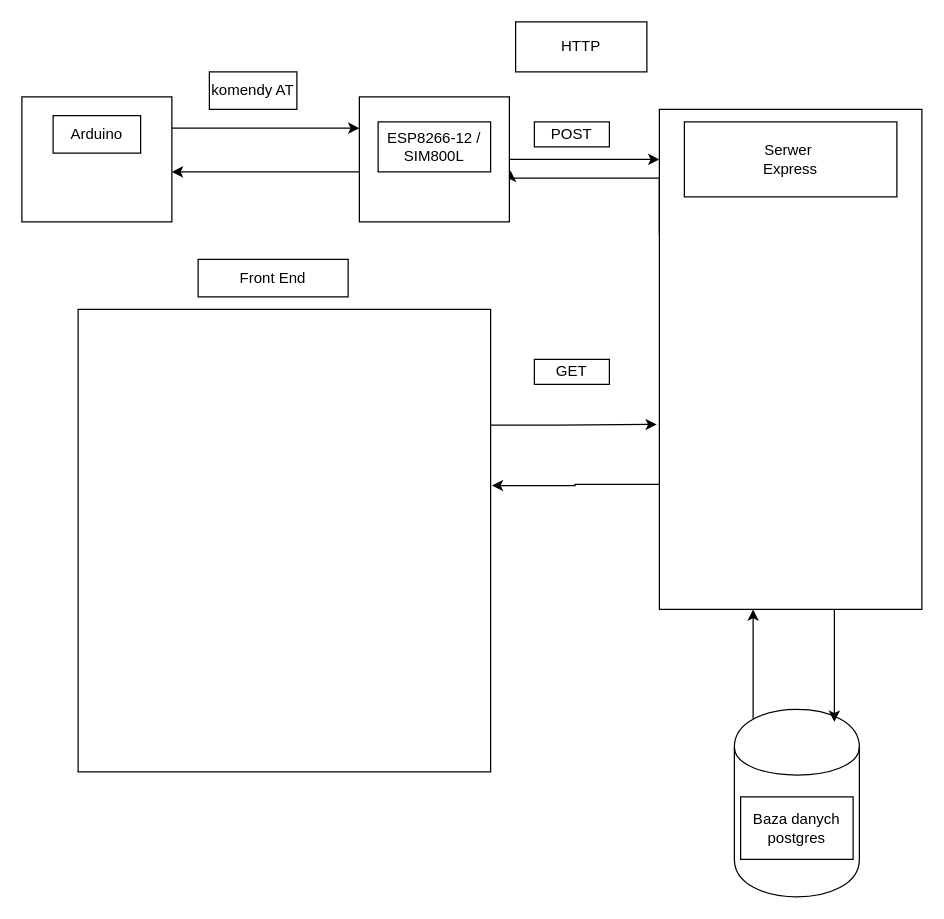
Before: diagram.drawio in miroslawwaldowski/WeatherStation, a draw.io diagram. Source tidied: cells renumbered, new cells numbered last; positions are measured from the earlier drawing's top-left corner, leaving out a move shared by most shapes. Both pictures are drawn from the tidied source at 125%, with x=0, y=0 at pixel (21, 21).
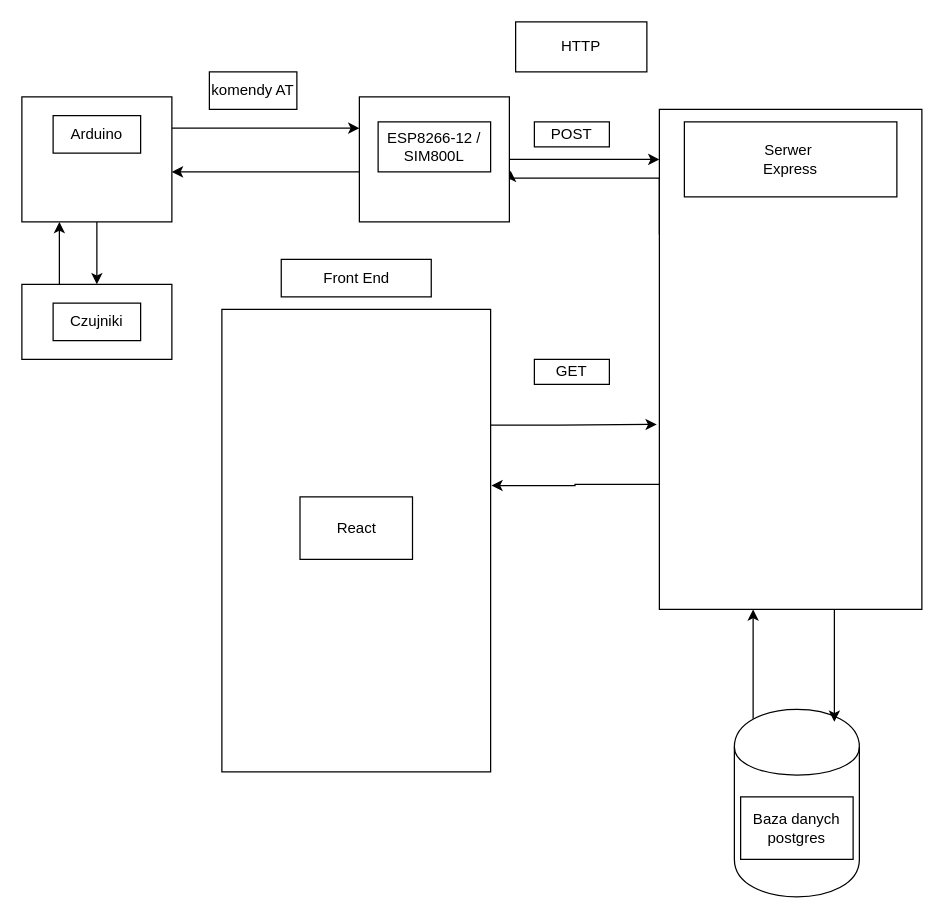
Above is the later version.

Unchanged cells that the change refers to:
```xml
<mxCell id="16" style="rounded=0;whiteSpace=wrap;html=1;" parent="1" vertex="1">
  <mxGeometry y="60" width="120" height="100" as="geometry" />
</mxCell>
```

What changed in the source:
```diff
@@
     <mxCell id="21" value="Front End" style="rounded=0;whiteSpace=wrap;html=1;" parent="1" vertex="1">
-      <mxGeometry x="141" y="190" width="120" height="30" as="geometry" />
+      <mxGeometry x="207.5" y="190" width="120" height="30" as="geometry" />
     </mxCell>
@@
     <mxCell id="23" style="rounded=0;whiteSpace=wrap;html=1;" parent="1" vertex="1">
-      <mxGeometry x="45" y="230" width="330" height="370" as="geometry" />
+      <mxGeometry x="160" y="230" width="215" height="370" as="geometry" />
     </mxCell>
@@
+    <mxCell id="25" style="rounded=0;whiteSpace=wrap;html=1;" parent="1" vertex="1">
+      <mxGeometry y="210" width="120" height="60" as="geometry" />
+    </mxCell>
+    <mxCell id="26" style="endArrow=classic;html=1;exitX=0.25;exitY=0;exitDx=0;exitDy=0;entryX=0.25;entryY=1;entryDx=0;entryDy=0;" parent="1" edge="1" source="25" target="16">
+      <mxGeometry relative="1" as="geometry" />
+    </mxCell>
+    <mxCell id="27" style="endArrow=classic;html=1;exitX=0.5;exitY=1;exitDx=0;exitDy=0;" parent="1" edge="1" source="16" target="25">
+      <mxGeometry relative="1" as="geometry" />
+    </mxCell>
+    <mxCell id="28" value="Czujniki" style="rounded=0;whiteSpace=wrap;html=1;" parent="1" vertex="1">
+      <mxGeometry x="25" y="225" width="70" height="30" as="geometry" />
+    </mxCell>
+    <mxCell id="29" value="React" style="rounded=0;whiteSpace=wrap;html=1;" parent="1" vertex="1">
+      <mxGeometry x="222.5" y="380" width="90" height="50" as="geometry" />
+    </mxCell>
```
